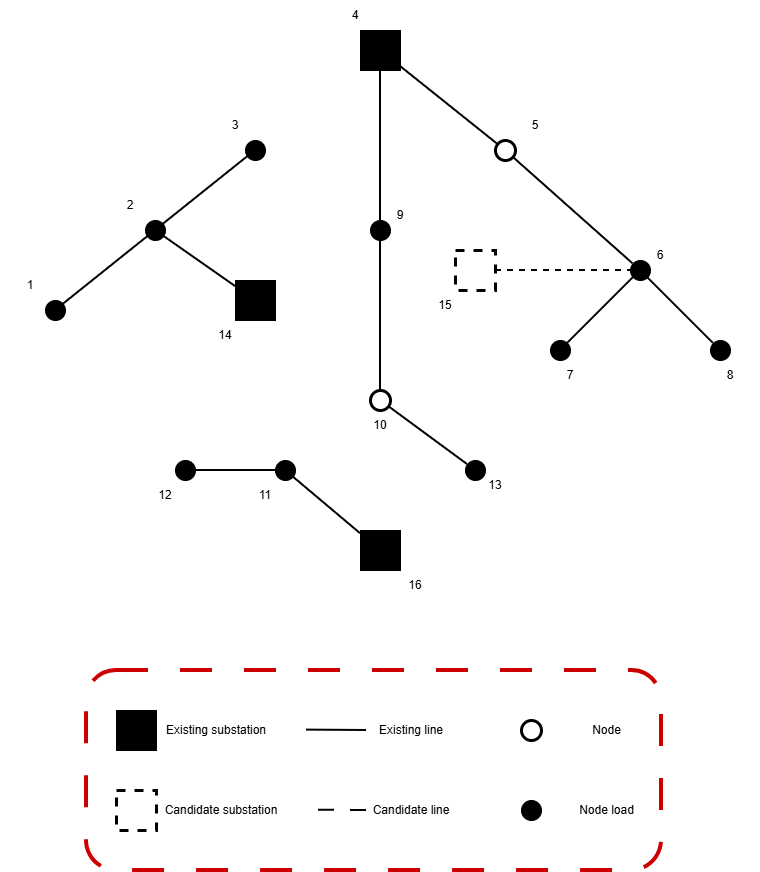
This is figures/Model1_Final.png from hubertprz/46750-optimization-assignment-2, a draw.io export, as it was before one commit. Source tidied: cells renumbered, new cells last; positions are measured from the earlier drawing's top-left corner, leaving out a move shared by most shapes.
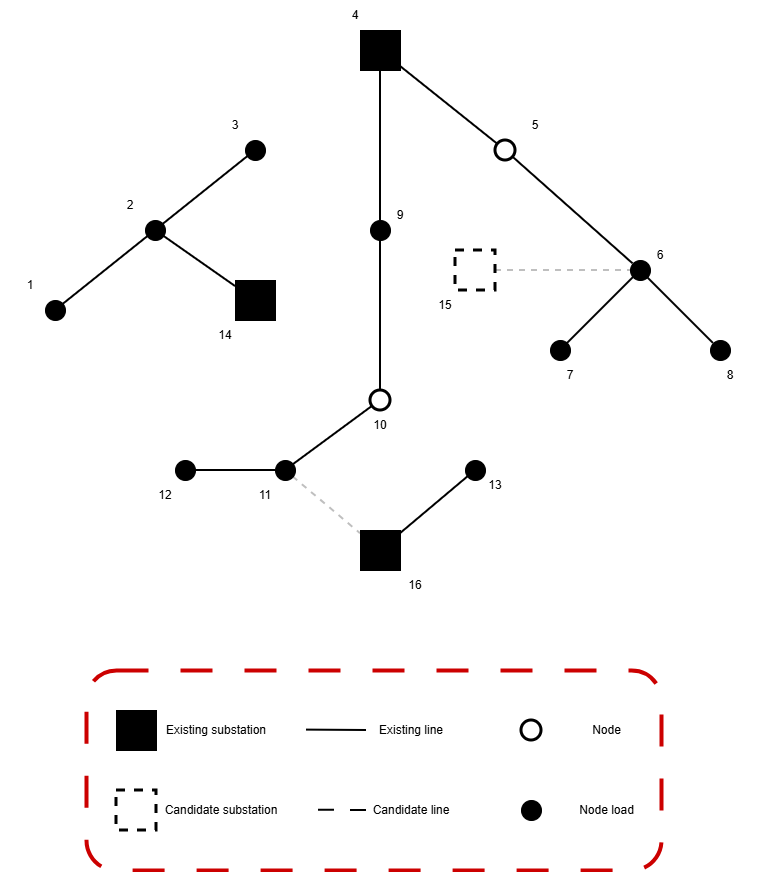
After the commit.

Change to the diagram source:
```diff
@@ -38,10 +38,10 @@
     <mxCell id="13" style="ellipse;whiteSpace=wrap;html=1;fillColor=#000000;" parent="1" vertex="1">
       <mxGeometry x="550" y="340" width="20" height="20" as="geometry" />
     </mxCell>
-    <mxCell id="14" style="rounded=0;whiteSpace=wrap;html=1;fillColor=none;strokeWidth=3;strokeColor=default;dashed=1;" parent="1" vertex="1">
+    <mxCell id="14" style="rounded=0;whiteSpace=wrap;html=1;fillColor=none;strokeWidth=3;dashed=1;strokeColor=default;" parent="1" vertex="1">
       <mxGeometry x="455" y="250" width="40" height="40" as="geometry" />
     </mxCell>
-    <mxCell id="15" style="rounded=0;whiteSpace=wrap;html=1;fillColor=#000000;strokeWidth=1;strokeColor=default;" parent="1" vertex="1">
+    <mxCell id="15" style="rounded=0;whiteSpace=wrap;html=1;fillColor=#000000;strokeWidth=1;strokeColor=#000000;" parent="1" vertex="1">
       <mxGeometry x="235" y="280" width="40" height="40" as="geometry" />
     </mxCell>
     <mxCell id="16" style="rounded=0;whiteSpace=wrap;html=1;fillColor=#000000;strokeWidth=1;strokeColor=default;" parent="1" vertex="1">
@@ -104,10 +104,13 @@
     <mxCell id="33" style="endArrow=none;html=1;rounded=0;strokeWidth=2;targetPerimeterSpacing=0;sourcePerimeterSpacing=0;" parent="1" edge="1" source="15" target="6">
       <mxGeometry relative="1" as="geometry" />
     </mxCell>
+    <mxCell id="62" style="endArrow=none;html=1;rounded=0;strokeWidth=2;targetPerimeterSpacing=0;sourcePerimeterSpacing=0;" parent="1" edge="1" source="16" target="10">
+      <mxGeometry relative="1" as="geometry" />
+    </mxCell>
-    <mxCell id="34" style="endArrow=none;html=1;rounded=0;strokeWidth=2;jumpStyle=none;targetPerimeterSpacing=0;" parent="1" edge="1" source="8" target="16">
+    <mxCell id="34" style="endArrow=none;html=1;rounded=0;strokeWidth=2;jumpStyle=none;targetPerimeterSpacing=0;dashed=1;strokeColor=#00000040;" parent="1" edge="1" source="8" target="16">
       <mxGeometry relative="1" as="geometry" />
     </mxCell>
-    <mxCell id="35" style="endArrow=none;html=1;rounded=0;strokeWidth=2;targetPerimeterSpacing=0;sourcePerimeterSpacing=0;dashed=1;" parent="1" edge="1" source="14" target="11">
+    <mxCell id="35" style="endArrow=none;html=1;rounded=0;strokeWidth=2;targetPerimeterSpacing=0;sourcePerimeterSpacing=0;dashed=1;strokeColor=#00000040;" parent="1" edge="1" source="14" target="11">
       <mxGeometry relative="1" as="geometry" />
     </mxCell>
     <mxCell id="36" style="endArrow=none;html=1;rounded=0;strokeWidth=2;" parent="1" edge="1" source="4">
@@ -127,9 +130,9 @@
     <mxCell id="40" style="endArrow=none;html=1;rounded=0;strokeWidth=2;" parent="1" edge="1" source="11" target="37">
       <mxGeometry relative="1" as="geometry" />
     </mxCell>
-    <mxCell id="41" style="endArrow=none;html=1;rounded=0;strokeWidth=2;" parent="1" edge="1" source="10" target="38">
-      <mxGeometry relative="1" as="geometry" />
-    </mxCell>
+    <mxCell id="63" style="endArrow=none;html=1;rounded=0;strokeWidth=2;" parent="1" edge="1" source="8" target="38">
+      <mxGeometry relative="1" as="geometry" />
+    </mxCell>
     <mxCell id="42" value="1" style="text;html=1;whiteSpace=wrap;strokeColor=none;fillColor=none;align=center;verticalAlign=middle;rounded=0;" parent="1" vertex="1">
       <mxGeometry y="270" width="60" height="30" as="geometry" />
     </mxCell>
```
